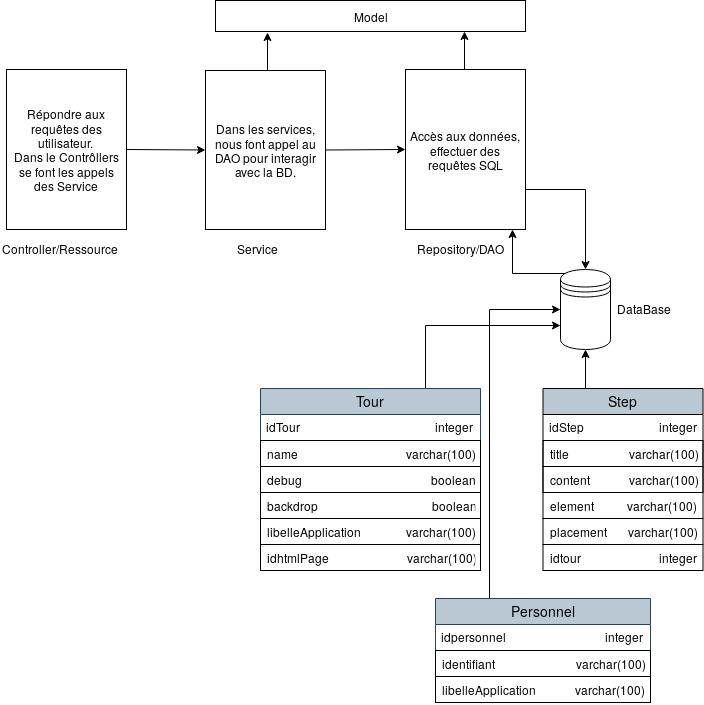
Before: diagrammes/Architecture_Apptour.png, a diagram exported from draw.io (Mouhyi-Eddine/RapportAlternance). Source tidied: cells renumbered, new cells last; positions are measured from the earlier drawing's top-left corner, leaving out a move shared by most shapes.
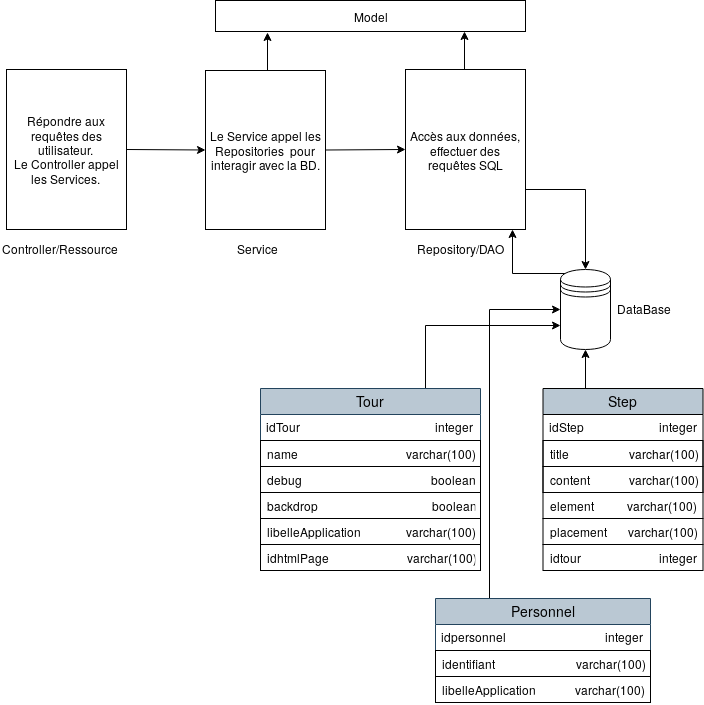
Above is the later version.

Diff of the diagram source:
```diff
@@ -24,10 +24,10 @@
     <mxCell id="7" style="edgeStyle=orthogonalEdgeStyle;rounded=0;jettySize=auto;html=1;exitX=0.5;exitY=0;exitDx=0;exitDy=0;entryX=0.168;entryY=1.032;entryDx=0;entryDy=0;entryPerimeter=0;" parent="1" edge="1" source="8" target="37">
       <mxGeometry relative="1" as="geometry" />
     </mxCell>
-    <mxCell id="8" value="Dans les services, nous font appel au DAO pour interagir avec la BD." style="rounded=0;whiteSpace=wrap;html=1;" parent="1" vertex="1">
+    <mxCell id="8" value="Le Service appel les Repositories&amp;nbsp; pour interagir avec la BD." style="rounded=0;whiteSpace=wrap;html=1;" parent="1" vertex="1">
       <mxGeometry x="205" y="70" width="120" height="159" as="geometry" />
     </mxCell>
-    <mxCell id="9" value="&lt;div&gt;Répondre aux requêtes des utilisateur. &lt;br&gt;&lt;/div&gt;&lt;div&gt;Dans le Contrôllers se font les appels des Service&lt;/div&gt;" style="rounded=0;whiteSpace=wrap;html=1;" parent="1" vertex="1">
+    <mxCell id="9" value="&lt;div&gt;Répondre aux requêtes des utilisateur. &lt;br&gt;&lt;/div&gt;&lt;div&gt;Le Controller appel les Services.&lt;br&gt;&lt;/div&gt;" style="rounded=0;whiteSpace=wrap;html=1;" parent="1" vertex="1">
       <mxGeometry x="6" y="69" width="120" height="160" as="geometry" />
     </mxCell>
     <mxCell id="10" style="endArrow=classic;html=1;exitX=1;exitY=0.5;exitDx=0;exitDy=0;entryX=0;entryY=0.5;entryDx=0;entryDy=0;" parent="1" edge="1" source="9" target="8">
```
